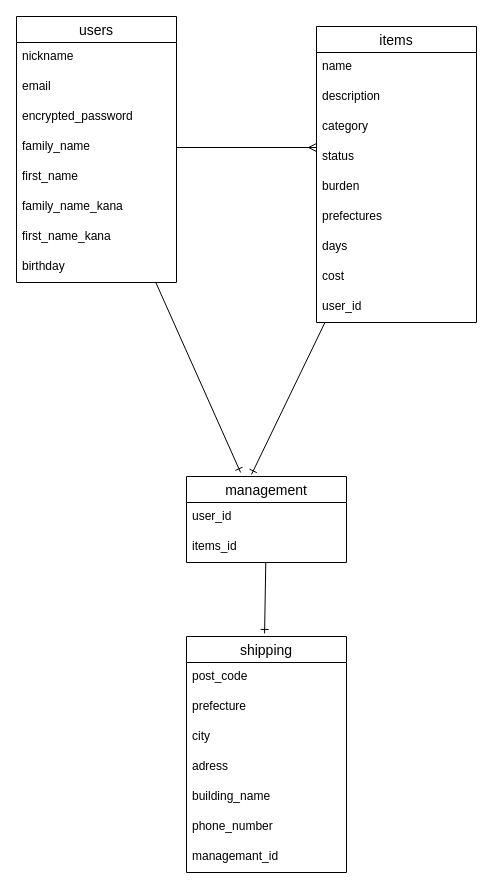
This is test.dio from shun-ya/furima-37172, a draw.io file, before an edit. Source tidied: cells renumbered, new cells numbered last; positions are measured from the earlier drawing's top-left corner, leaving out a move shared by most shapes. Both pictures are drawn from the tidied source at 100%, with x=0, y=0 at pixel (16, 16).
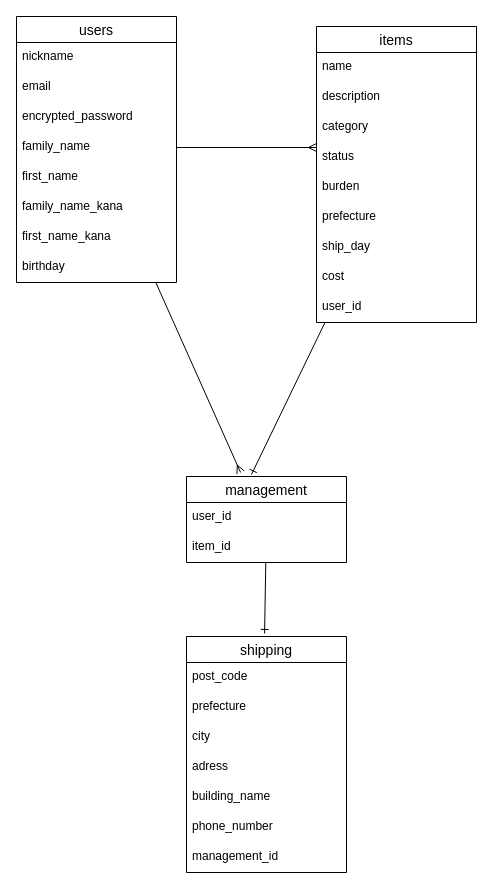
Above is the later version.

Commit message:
データベース設計６

Unchanged cells that the change refers to:
```xml
<mxCell id="3" value="users" style="swimlane;fontStyle=0;horizontal=1;startSize=26;align=center;fontSize=14;" parent="1" vertex="1">
  <mxGeometry width="160" height="266" as="geometry" />
</mxCell>
<mxCell id="13" value="items" style="swimlane;fontStyle=0;horizontal=1;startSize=26;align=center;fontSize=14;" parent="1" vertex="1">
  <mxGeometry x="300" y="10" width="160" height="296" as="geometry" />
</mxCell>
<mxCell id="24" value="shipping" style="swimlane;fontStyle=0;horizontal=1;startSize=26;align=center;fontSize=14;" parent="1" vertex="1">
  <mxGeometry x="170" y="620" width="160" height="236" as="geometry" />
</mxCell>
<mxCell id="33" value="management" style="swimlane;fontStyle=0;horizontal=1;startSize=26;align=center;fontSize=14;" parent="1" vertex="1">
  <mxGeometry x="170" y="460" width="160" height="86" as="geometry" />
</mxCell>
```

Diff of the diagram source:
```diff
@@
-    <mxCell id="2" style="edgeStyle=none;html=1;entryX=0.338;entryY=-0.047;entryDx=0;entryDy=0;entryPerimeter=0;endArrow=ERone;endFill=0;" parent="1" edge="1" source="3" target="33">
+    <mxCell id="2" style="edgeStyle=none;html=1;entryX=0.338;entryY=-0.047;entryDx=0;entryDy=0;entryPerimeter=0;endArrow=ERmany;endFill=0;" parent="1" edge="1" source="3" target="33">
       <mxGeometry relative="1" as="geometry" />
     </mxCell>
@@
-    <mxCell id="19" value="prefectures" style="text;strokeColor=none;fillColor=none;spacingLeft=4;spacingRight=4;overflow=hidden;fontSize=12;" parent="13" vertex="1">
+    <mxCell id="19" value="prefecture" style="text;strokeColor=none;fillColor=none;spacingLeft=4;spacingRight=4;overflow=hidden;fontSize=12;" parent="13" vertex="1">
       <mxGeometry y="176" width="160" height="30" as="geometry" />
     </mxCell>
-    <mxCell id="20" value="days" style="text;strokeColor=none;fillColor=none;spacingLeft=4;spacingRight=4;overflow=hidden;fontSize=12;" parent="13" vertex="1">
+    <mxCell id="20" value="ship_day" style="text;strokeColor=none;fillColor=none;spacingLeft=4;spacingRight=4;overflow=hidden;fontSize=12;" parent="13" vertex="1">
       <mxGeometry y="206" width="160" height="30" as="geometry" />
     </mxCell>
@@
-    <mxCell id="31" value="managemant_id" style="text;strokeColor=none;fillColor=none;spacingLeft=4;spacingRight=4;overflow=hidden;fontSize=12;" parent="24" vertex="1">
+    <mxCell id="31" value="management_id" style="text;strokeColor=none;fillColor=none;spacingLeft=4;spacingRight=4;overflow=hidden;fontSize=12;" parent="24" vertex="1">
       <mxGeometry y="206" width="160" height="30" as="geometry" />
     </mxCell>
@@
-    <mxCell id="35" value="items_id" style="text;strokeColor=none;fillColor=none;spacingLeft=4;spacingRight=4;overflow=hidden;fontSize=12;" parent="33" vertex="1">
+    <mxCell id="35" value="item_id" style="text;strokeColor=none;fillColor=none;spacingLeft=4;spacingRight=4;overflow=hidden;fontSize=12;" parent="33" vertex="1">
       <mxGeometry y="56" width="160" height="30" as="geometry" />
     </mxCell>
```
